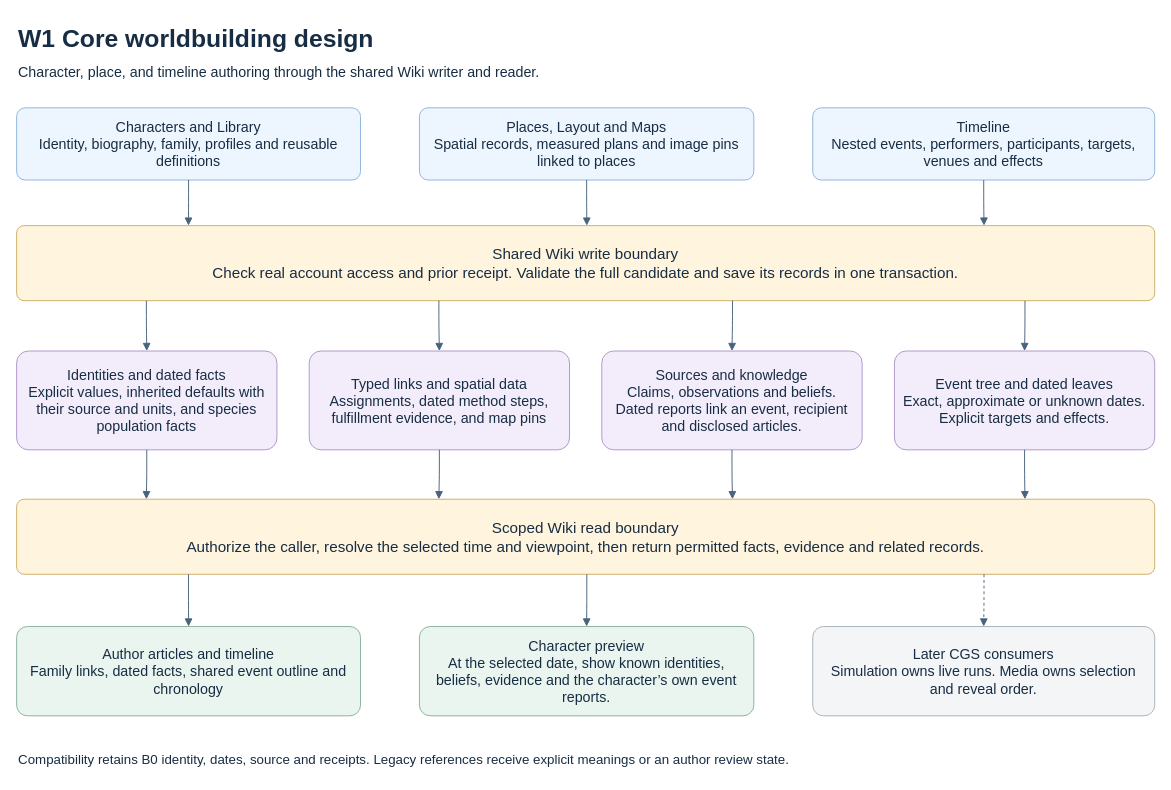
Above: page "W1 Core worldbuilding design" (5 of 17) of docs/CGS_Codex_Local_Handoff/CGS_First_Playable_Architecture.drawio in DEVdaVinci/CGS-v1 (draw.io), before the change. Source tidied: cells renumbered, new cells numbered last; positions are measured from the earlier drawing's top-left corner, leaving out a move shared by most shapes. Both pictures are drawn from the tidied source at 95%, with x=0, y=0 at pixel (16, 16).
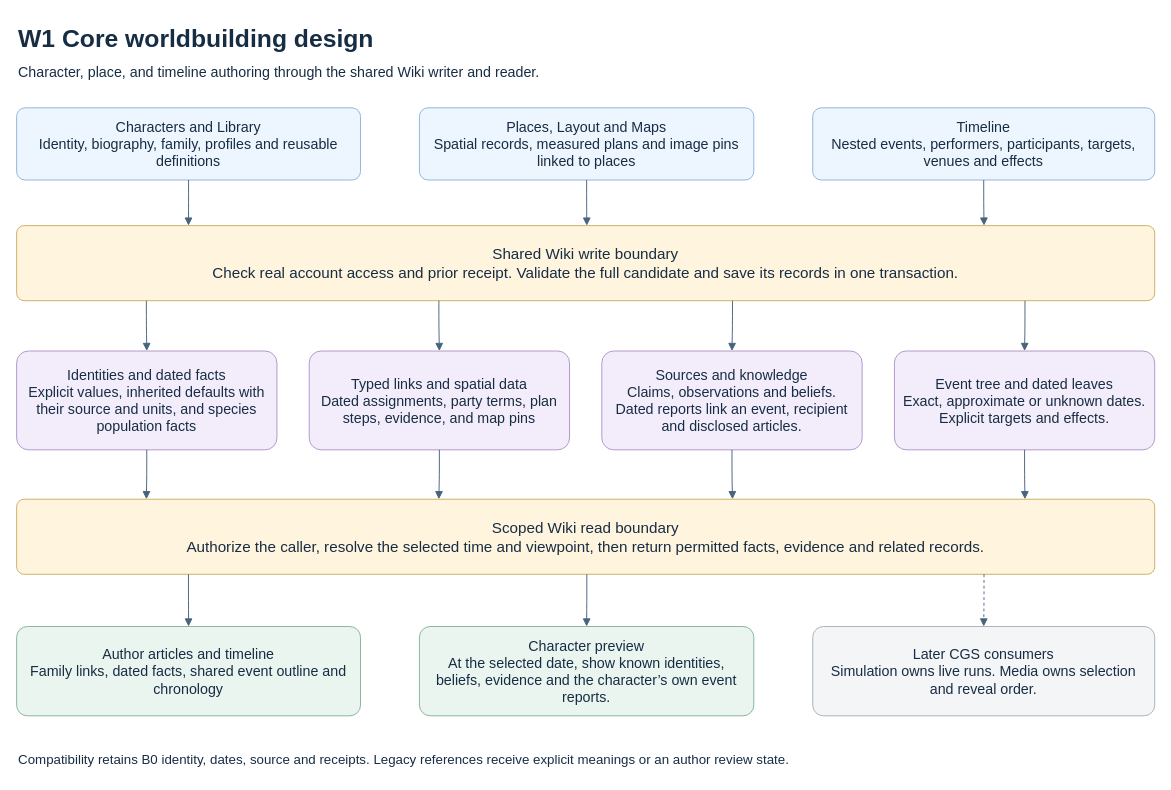
The same page after the edit.

Change to the diagram source:
```diff
@@
-    <mxCell id="9" value="Typed links and spatial data&#10;Assignments, dated method steps, fulfillment evidence, and map pins" style="rounded=1;arcSize=12;whiteSpace=wrap;spacing=8;fontSize=15;fillColor=#F3EDFB;strokeColor=#AE96C9;fontColor=#172D43;" parent="1" vertex="1">
+    <mxCell id="9" value="Typed links and spatial data&#10;Dated assignments, party terms, plan steps, evidence, and map pins" style="rounded=1;arcSize=12;whiteSpace=wrap;spacing=8;fontSize=15;fillColor=#F3EDFB;strokeColor=#AE96C9;fontColor=#172D43;" parent="1" vertex="1">
       <mxGeometry x="308" y="352" width="274" height="104" as="geometry" />
     </mxCell>
```
